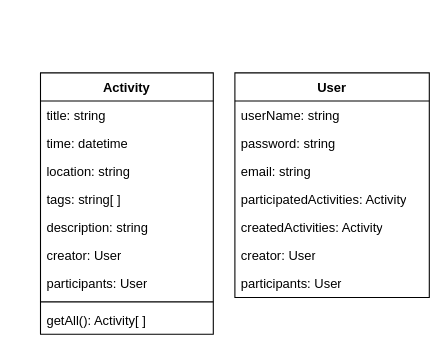
Yishanka/Soda keeps this draw.io diagram as docs/create_activity_UML_class.drawio. Above is the earlier version. Source tidied: cells renumbered, new cells numbered last; positions are measured from the earlier drawing's top-left corner, leaving out a move shared by most shapes. Both pictures are drawn from the tidied source at 108%, with x=0, y=0 at pixel (40, 72).
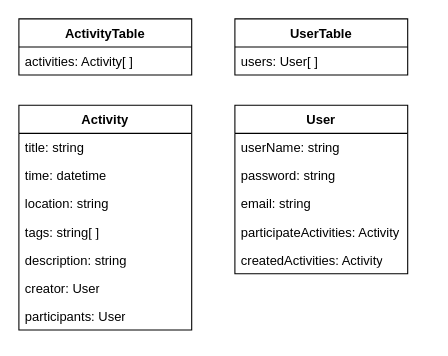
The same page after the edit.

Diff of the diagram source:
```diff
@@
 <mxGraphModel>
   <root>
     <mxCell id="0" />
     <mxCell id="1" parent="0" />
     <mxCell id="2" value="Activity" style="swimlane;fontStyle=1;align=center;verticalAlign=top;horizontal=1;startSize=26;whiteSpace=wrap;html=1;" parent="1" vertex="1">
-      <mxGeometry width="160" height="242" as="geometry" />
+      <mxGeometry x="-20" y="30" width="160" height="208" as="geometry" />
     </mxCell>
     <mxCell id="3" value="title: string" style="text;strokeColor=none;fillColor=none;align=left;verticalAlign=top;spacingLeft=4;spacingRight=4;overflow=hidden;whiteSpace=wrap;html=1;" parent="2" vertex="1">
       <mxGeometry y="26" width="160" height="26" as="geometry" />
     </mxCell>
     <mxCell id="4" value="time: datetime" style="text;strokeColor=none;fillColor=none;align=left;verticalAlign=top;spacingLeft=4;spacingRight=4;overflow=hidden;whiteSpace=wrap;html=1;" parent="2" vertex="1">
       <mxGeometry y="52" width="160" height="26" as="geometry" />
     </mxCell>
     <mxCell id="5" value="location: string" style="text;strokeColor=none;fillColor=none;align=left;verticalAlign=top;spacingLeft=4;spacingRight=4;overflow=hidden;whiteSpace=wrap;html=1;" parent="2" vertex="1">
       <mxGeometry y="78" width="160" height="26" as="geometry" />
     </mxCell>
     <mxCell id="6" value="tags: string[ ]" style="text;strokeColor=none;fillColor=none;align=left;verticalAlign=top;spacingLeft=4;spacingRight=4;overflow=hidden;whiteSpace=wrap;html=1;" parent="2" vertex="1">
       <mxGeometry y="104" width="160" height="26" as="geometry" />
     </mxCell>
     <mxCell id="7" value="description: string" style="text;strokeColor=none;fillColor=none;align=left;verticalAlign=top;spacingLeft=4;spacingRight=4;overflow=hidden;whiteSpace=wrap;html=1;" parent="2" vertex="1">
       <mxGeometry y="130" width="160" height="26" as="geometry" />
     </mxCell>
     <mxCell id="8" value="creator: User" style="text;strokeColor=none;fillColor=none;align=left;verticalAlign=top;spacingLeft=4;spacingRight=4;overflow=hidden;whiteSpace=wrap;html=1;" parent="2" vertex="1">
       <mxGeometry y="156" width="160" height="26" as="geometry" />
     </mxCell>
     <mxCell id="9" value="participants: User" style="text;strokeColor=none;fillColor=none;align=left;verticalAlign=top;spacingLeft=4;spacingRight=4;overflow=hidden;whiteSpace=wrap;html=1;" parent="2" vertex="1">
       <mxGeometry y="182" width="160" height="26" as="geometry" />
     </mxCell>
-    <mxCell id="10" style="line;strokeWidth=1;fillColor=none;align=left;verticalAlign=middle;spacingTop=-1;spacingLeft=3;spacingRight=3;labelPosition=right;strokeColor=inherit;" parent="2" vertex="1">
-      <mxGeometry y="208" width="160" height="8" as="geometry" />
-    </mxCell>
-    <mxCell id="11" value="getAll(): Activity[ ]" style="text;strokeColor=none;fillColor=none;align=left;verticalAlign=top;spacingLeft=4;spacingRight=4;overflow=hidden;whiteSpace=wrap;html=1;" parent="2" vertex="1">
-      <mxGeometry y="216" width="160" height="26" as="geometry" />
-    </mxCell>
     <mxCell id="12" value="User" style="swimlane;fontStyle=1;align=center;verticalAlign=top;horizontal=1;startSize=26;whiteSpace=wrap;html=1;" parent="1" vertex="1">
-      <mxGeometry x="180" width="180" height="208" as="geometry" />
+      <mxGeometry x="180" y="30" width="160" height="156" as="geometry" />
     </mxCell>
     <mxCell id="13" value="userName: string" style="text;strokeColor=none;fillColor=none;align=left;verticalAlign=top;spacingLeft=4;spacingRight=4;overflow=hidden;whiteSpace=wrap;html=1;" parent="12" vertex="1">
-      <mxGeometry y="26" width="180" height="26" as="geometry" />
+      <mxGeometry y="26" width="160" height="26" as="geometry" />
     </mxCell>
     <mxCell id="14" value="password: string" style="text;strokeColor=none;fillColor=none;align=left;verticalAlign=top;spacingLeft=4;spacingRight=4;overflow=hidden;whiteSpace=wrap;html=1;" parent="12" vertex="1">
-      <mxGeometry y="52" width="180" height="26" as="geometry" />
+      <mxGeometry y="52" width="160" height="26" as="geometry" />
     </mxCell>
     <mxCell id="15" value="email: string" style="text;strokeColor=none;fillColor=none;align=left;verticalAlign=top;spacingLeft=4;spacingRight=4;overflow=hidden;whiteSpace=wrap;html=1;" parent="12" vertex="1">
-      <mxGeometry y="78" width="180" height="26" as="geometry" />
+      <mxGeometry y="78" width="160" height="26" as="geometry" />
     </mxCell>
-    <mxCell id="16" value="participatedActivities: Activity" style="text;strokeColor=none;fillColor=none;align=left;verticalAlign=top;spacingLeft=4;spacingRight=4;overflow=hidden;whiteSpace=wrap;html=1;" parent="12" vertex="1">
-      <mxGeometry y="104" width="180" height="26" as="geometry" />
+    <mxCell id="16" value="participateActivities: Activity" style="text;strokeColor=none;fillColor=none;align=left;verticalAlign=top;spacingLeft=4;spacingRight=4;overflow=hidden;whiteSpace=wrap;html=1;" parent="12" vertex="1">
+      <mxGeometry y="104" width="160" height="26" as="geometry" />
     </mxCell>
     <mxCell id="17" value="createdActivities: Activity" style="text;strokeColor=none;fillColor=none;align=left;verticalAlign=top;spacingLeft=4;spacingRight=4;overflow=hidden;whiteSpace=wrap;html=1;" parent="12" vertex="1">
-      <mxGeometry y="130" width="180" height="26" as="geometry" />
+      <mxGeometry y="130" width="160" height="26" as="geometry" />
     </mxCell>
-    <mxCell id="18" value="creator: User" style="text;strokeColor=none;fillColor=none;align=left;verticalAlign=top;spacingLeft=4;spacingRight=4;overflow=hidden;whiteSpace=wrap;html=1;" parent="12" vertex="1">
-      <mxGeometry y="156" width="180" height="26" as="geometry" />
-    </mxCell>
-    <mxCell id="19" value="participants: User" style="text;strokeColor=none;fillColor=none;align=left;verticalAlign=top;spacingLeft=4;spacingRight=4;overflow=hidden;whiteSpace=wrap;html=1;" parent="12" vertex="1">
-      <mxGeometry y="182" width="180" height="26" as="geometry" />
-    </mxCell>
+    <mxCell id="20" value="ActivityTable" style="swimlane;fontStyle=1;align=center;verticalAlign=top;horizontal=1;startSize=26;whiteSpace=wrap;html=1;" parent="1" vertex="1">
+      <mxGeometry x="-20" y="-50" width="160" height="52" as="geometry" />
+    </mxCell>
+    <mxCell id="21" value="activities: Activity[ ]" style="text;strokeColor=none;fillColor=none;align=left;verticalAlign=top;spacingLeft=4;spacingRight=4;overflow=hidden;whiteSpace=wrap;html=1;" parent="20" vertex="1">
+      <mxGeometry y="26" width="160" height="26" as="geometry" />
+    </mxCell>
+    <mxCell id="22" value="UserTable" style="swimlane;fontStyle=1;align=center;verticalAlign=top;horizontal=1;startSize=26;whiteSpace=wrap;html=1;" parent="1" vertex="1">
+      <mxGeometry x="180" y="-50" width="160" height="52" as="geometry" />
+    </mxCell>
+    <mxCell id="23" value="users: User[ ]" style="text;strokeColor=none;fillColor=none;align=left;verticalAlign=top;spacingLeft=4;spacingRight=4;overflow=hidden;whiteSpace=wrap;html=1;" parent="22" vertex="1">
+      <mxGeometry y="26" width="160" height="26" as="geometry" />
+    </mxCell>
   </root>
 </mxGraphModel>
```
